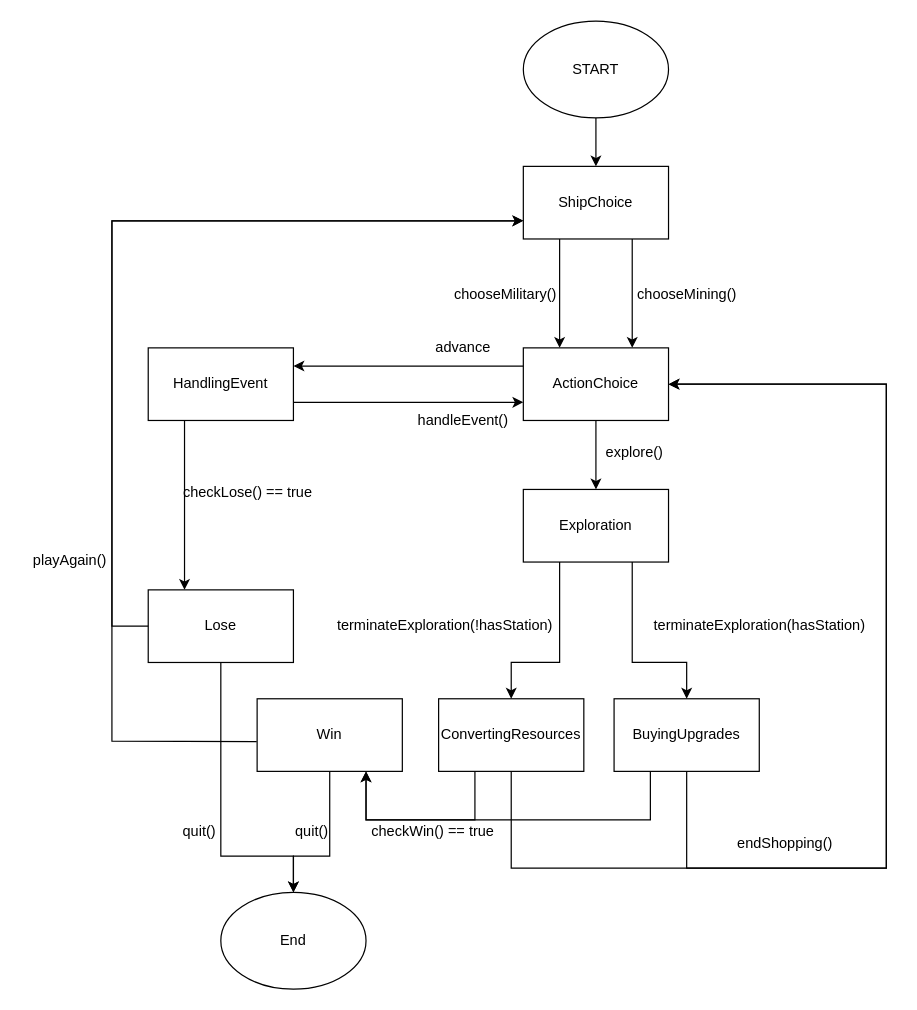
jedrekszor/PlanetBound keeps this draw.io diagram as StateDiagram.drawio. Above is the earlier version. Source tidied: cells renumbered, new cells numbered last; positions are measured from the earlier drawing's top-left corner, leaving out a move shared by most shapes. Both pictures are drawn from the tidied source at 121%, with x=0, y=0 at pixel (21, 21).
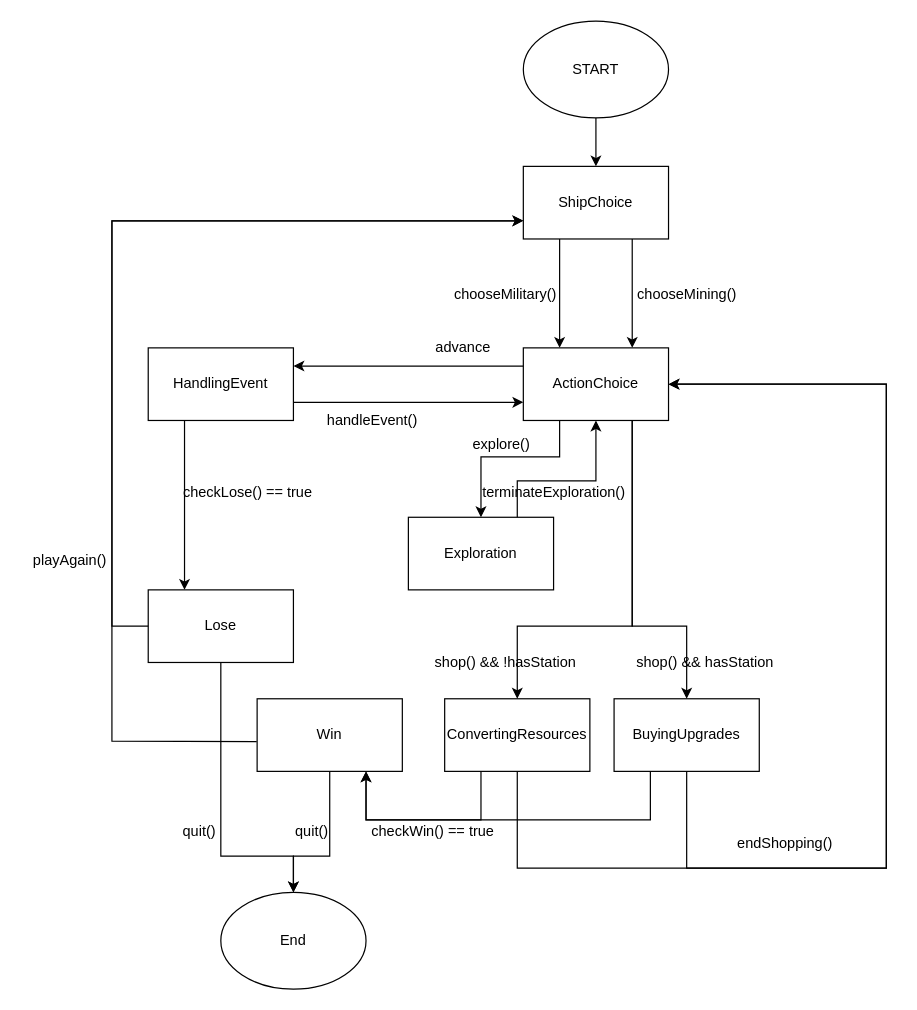
Above is the later version.

The change refers to these unchanged cells:
```xml
<mxCell id="7" value="ActionChoice" style="rounded=0;whiteSpace=wrap;html=1;" parent="1" vertex="1">
  <mxGeometry x="415" y="270" width="120" height="60" as="geometry" />
</mxCell>
<mxCell id="21" value="Win" style="rounded=0;whiteSpace=wrap;html=1;" parent="1" vertex="1">
  <mxGeometry x="195" y="560" width="120" height="60" as="geometry" />
</mxCell>
<mxCell id="29" value="BuyingUpgrades" style="rounded=0;whiteSpace=wrap;html=1;" parent="1" vertex="1">
  <mxGeometry x="490" y="560" width="120" height="60" as="geometry" />
</mxCell>
```

Diff of the diagram source:
```diff
@@
     <mxCell id="14" value="handleEvent()" style="text;html=1;align=center;verticalAlign=middle;" parent="1" vertex="1">
-      <mxGeometry x="320" y="320" width="90" height="20" as="geometry" />
+      <mxGeometry x="245" y="320" width="90" height="20" as="geometry" />
     </mxCell>
@@
     <mxCell id="17" value="Exploration" style="rounded=0;whiteSpace=wrap;html=1;" parent="1" vertex="1">
-      <mxGeometry x="415" y="387" width="120" height="60" as="geometry" />
+      <mxGeometry x="320" y="410" width="120" height="60" as="geometry" />
     </mxCell>
-    <mxCell id="18" style="endArrow=classic;html=1;exitX=0.5;exitY=1;exitDx=0;exitDy=0;entryX=0.5;entryY=0;entryDx=0;entryDy=0;" parent="1" edge="1" source="7" target="17">
-      <mxGeometry relative="1" as="geometry" />
-    </mxCell>
     <mxCell id="19" value="explore()&amp;nbsp;&amp;nbsp;" style="text;html=1;align=center;verticalAlign=middle;" parent="1" vertex="1">
-      <mxGeometry x="475" y="347" width="70" height="20" as="geometry" />
+      <mxGeometry x="365" y="340" width="70" height="20" as="geometry" />
     </mxCell>
     <mxCell id="20" value="ConvertingResources" style="rounded=0;whiteSpace=wrap;html=1;" parent="1" vertex="1">
-      <mxGeometry x="345" y="560" width="120" height="60" as="geometry" />
+      <mxGeometry x="350" y="560" width="120" height="60" as="geometry" />
     </mxCell>
@@
     <mxCell id="30" style="endArrow=classic;html=1;exitX=0.5;exitY=1;exitDx=0;exitDy=0;entryX=1;entryY=0.5;entryDx=0;entryDy=0;rounded=0;" parent="1" edge="1" source="20" target="7">
       <mxGeometry relative="1" as="geometry">
         <Array as="points">
-          <mxPoint x="405" y="700" />
+          <mxPoint x="410" y="700" />
           <mxPoint x="715" y="700" />
           <mxPoint x="715" y="300" />
         </Array>
       </mxGeometry>
     </mxCell>
@@
-    <mxCell id="34" style="endArrow=classic;html=1;exitX=0.25;exitY=1;exitDx=0;exitDy=0;entryX=0.5;entryY=0;entryDx=0;entryDy=0;rounded=0;" parent="1" edge="1" source="17" target="20">
+    <mxCell id="34" style="endArrow=classic;html=1;exitX=0.75;exitY=1;exitDx=0;exitDy=0;entryX=0.5;entryY=0;entryDx=0;entryDy=0;rounded=0;edgeStyle=orthogonalEdgeStyle;" parent="1" edge="1" source="7" target="20">
       <mxGeometry relative="1" as="geometry">
         <Array as="points">
-          <mxPoint x="445" y="530" />
-          <mxPoint x="405" y="530" />
+          <mxPoint x="505" y="500" />
+          <mxPoint x="410" y="500" />
         </Array>
       </mxGeometry>
     </mxCell>
-    <mxCell id="35" style="endArrow=classic;html=1;exitX=0.75;exitY=1;exitDx=0;exitDy=0;entryX=0.5;entryY=0;entryDx=0;entryDy=0;rounded=0;" parent="1" edge="1" source="17" target="29">
+    <mxCell id="35" style="endArrow=classic;html=1;exitX=0.75;exitY=1;exitDx=0;exitDy=0;entryX=0.5;entryY=0;entryDx=0;entryDy=0;rounded=0;edgeStyle=orthogonalEdgeStyle;" parent="1" edge="1" source="7" target="29">
       <mxGeometry relative="1" as="geometry">
         <Array as="points">
-          <mxPoint x="505" y="530" />
-          <mxPoint x="550" y="530" />
+          <mxPoint x="505" y="500" />
+          <mxPoint x="550" y="500" />
         </Array>
       </mxGeometry>
     </mxCell>
-    <mxCell id="36" value="terminateExploration(hasStation)" style="text;html=1;align=center;verticalAlign=middle;" parent="1" vertex="1">
-      <mxGeometry x="515" y="490" width="190" height="20" as="geometry" />
-    </mxCell>
-    <mxCell id="37" value="terminateExploration(!hasStation)" style="text;html=1;align=center;verticalAlign=middle;" parent="1" vertex="1">
-      <mxGeometry x="255" y="490" width="190" height="20" as="geometry" />
-    </mxCell>
@@
     <mxCell id="39" style="endArrow=classic;html=1;exitX=0.25;exitY=1;exitDx=0;exitDy=0;entryX=0.75;entryY=1;entryDx=0;entryDy=0;rounded=0;" parent="1" edge="1" source="20" target="21">
       <mxGeometry relative="1" as="geometry">
         <Array as="points">
-          <mxPoint x="375" y="660" />
+          <mxPoint x="380" y="660" />
           <mxPoint x="285" y="660" />
         </Array>
       </mxGeometry>
     </mxCell>
@@
+    <mxCell id="18" style="endArrow=classic;html=1;edgeStyle=orthogonalEdgeStyle;rounded=0;exitX=0.25;exitY=1;exitDx=0;exitDy=0;entryX=0.5;entryY=0;entryDx=0;entryDy=0;" parent="1" edge="1" source="7" target="17">
+      <mxGeometry relative="1" as="geometry">
+        <Array as="points">
+          <mxPoint x="445" y="360" />
+          <mxPoint x="380" y="360" />
+        </Array>
+      </mxGeometry>
+    </mxCell>
+    <mxCell id="42" style="endArrow=classic;html=1;edgeStyle=orthogonalEdgeStyle;rounded=0;exitX=0.75;exitY=0;exitDx=0;exitDy=0;entryX=0.5;entryY=1;entryDx=0;entryDy=0;" parent="1" edge="1" source="17" target="7">
+      <mxGeometry relative="1" as="geometry">
+        <Array as="points">
+          <mxPoint x="410" y="380" />
+          <mxPoint x="475" y="380" />
+        </Array>
+      </mxGeometry>
+    </mxCell>
+    <mxCell id="43" value="terminateExploration()" style="text;html=1;align=center;verticalAlign=middle;" parent="1" vertex="1">
+      <mxGeometry x="375" y="380" width="130" height="20" as="geometry" />
+    </mxCell>
+    <mxCell id="44" value="shop() &amp;amp;&amp;amp; hasStation" style="text;html=1;align=center;verticalAlign=middle;" parent="1" vertex="1">
+      <mxGeometry x="500" y="520" width="130" height="20" as="geometry" />
+    </mxCell>
+    <mxCell id="45" value="shop() &amp;amp;&amp;amp; !hasStation" style="text;html=1;align=center;verticalAlign=middle;" parent="1" vertex="1">
+      <mxGeometry x="335" y="520" width="130" height="20" as="geometry" />
+    </mxCell>
```
